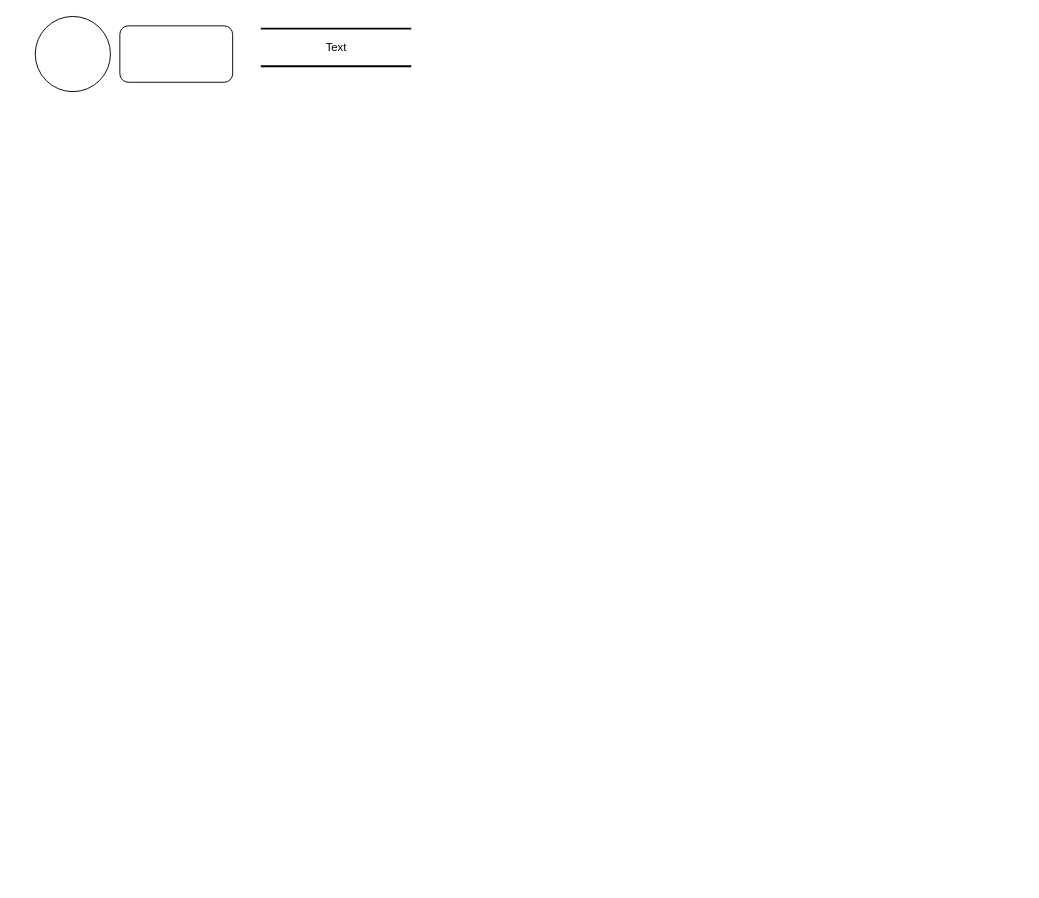
MaksimsVisockis01/DB keeps this draw.io diagram as DPD.drawio. Above is the earlier version. Source tidied: cells renumbered, new cells numbered last; positions are measured from the earlier drawing's top-left corner, leaving out a move shared by most shapes. Both pictures are drawn from the tidied source at 94%, with x=0, y=0 at pixel (35, 16).
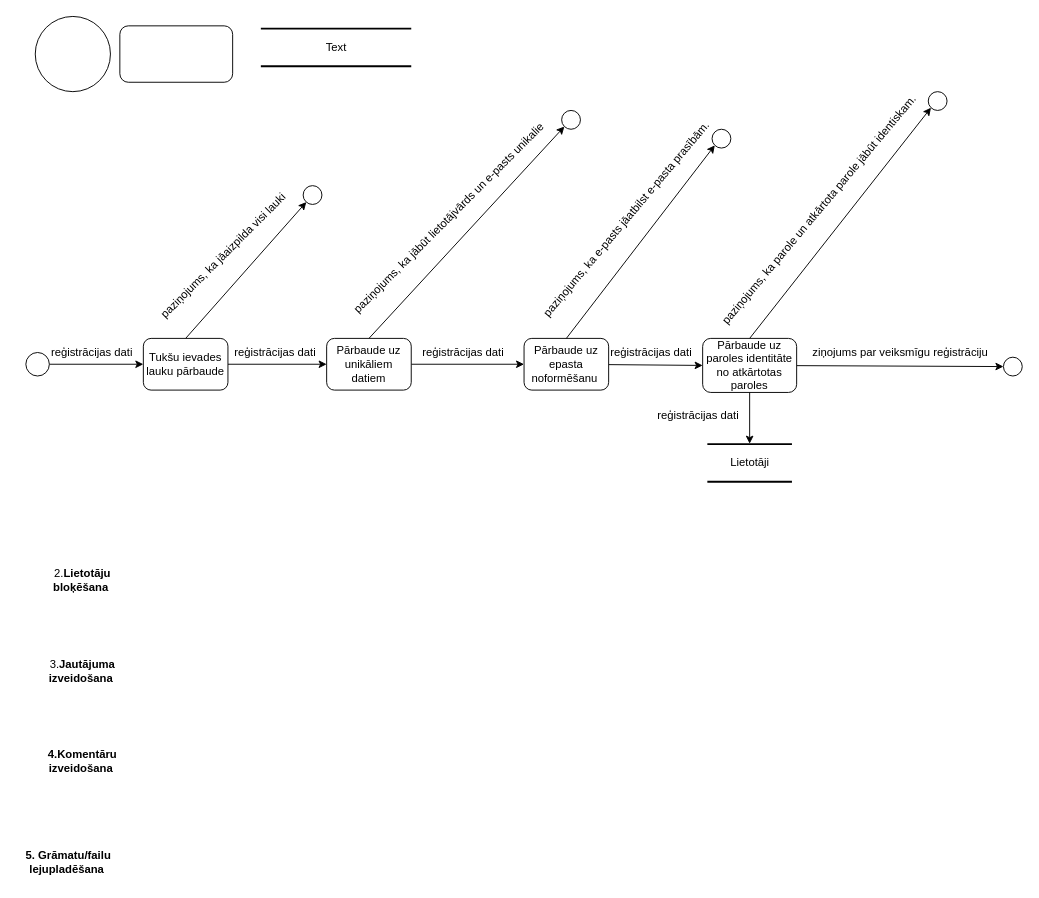
The same page after the edit.

What changed in the source:
```diff
@@
+    <mxCell id="7" style="edgeStyle=orthogonalEdgeStyle;rounded=0;jettySize=auto;html=1;" parent="1" edge="1" source="8" target="15">
+      <mxGeometry relative="1" as="geometry" />
+    </mxCell>
+    <mxCell id="8" style="ellipse;whiteSpace=wrap;html=1;" parent="1" vertex="1">
+      <mxGeometry x="-10" y="357.5" width="25" height="25" as="geometry" />
+    </mxCell>
+    <mxCell id="9" value="2.&lt;b&gt;Lietotāju&lt;br/&gt;bloķēšana&amp;nbsp;&lt;/b&gt;" style="text;html=1;align=center;verticalAlign=middle;strokeColor=none;fillColor=none;" parent="1" vertex="1">
+      <mxGeometry x="5" y="580" width="90" height="40" as="geometry" />
+    </mxCell>
+    <mxCell id="10" value="3.&lt;b&gt;Jautājuma&lt;br&gt;izveidošana&amp;nbsp;&lt;/b&gt;&lt;b&gt;&lt;br&gt;&lt;/b&gt;" style="text;html=1;align=center;verticalAlign=middle;strokeColor=none;fillColor=none;" parent="1" vertex="1">
+      <mxGeometry x="5" y="677" width="90" height="40" as="geometry" />
+    </mxCell>
+    <mxCell id="11" value="&lt;b&gt;4.&lt;/b&gt;&lt;b&gt;Komentāru&lt;br/&gt;izveidošana&amp;nbsp;&lt;/b&gt;&lt;b&gt;&lt;br&gt;&lt;/b&gt;" style="text;html=1;align=center;verticalAlign=middle;strokeColor=none;fillColor=none;" parent="1" vertex="1">
+      <mxGeometry y="772" width="100" height="40" as="geometry" />
+    </mxCell>
+    <mxCell id="12" value="&lt;b&gt;5. Grāmatu/failu&lt;br/&gt;lejupladēšana&amp;nbsp;&lt;/b&gt;&lt;b&gt;&lt;br&gt;&lt;/b&gt;" style="text;html=1;align=center;verticalAlign=middle;strokeColor=none;fillColor=none;" parent="1" vertex="1">
+      <mxGeometry x="-20" y="880" width="110" height="40" as="geometry" />
+    </mxCell>
+    <mxCell id="13" style="rounded=0;jettySize=auto;html=1;exitX=0.5;exitY=0;exitDx=0;exitDy=0;" parent="1" edge="1" source="15" target="17">
+      <mxGeometry relative="1" as="geometry" />
+    </mxCell>
+    <mxCell id="14" style="edgeStyle=none;rounded=0;jettySize=auto;html=1;" parent="1" edge="1" source="15" target="21">
+      <mxGeometry relative="1" as="geometry" />
+    </mxCell>
+    <mxCell id="15" value="Tukšu ievades lauku pārbaude" style="rounded=1;whiteSpace=wrap;html=1;" parent="1" vertex="1">
+      <mxGeometry x="115" y="342.5" width="90" height="55" as="geometry" />
+    </mxCell>
+    <mxCell id="16" value="reģistrācijas dati" style="text;html=1;align=center;verticalAlign=middle;strokeColor=none;fillColor=none;" parent="1" vertex="1">
+      <mxGeometry x="5" y="342.5" width="110" height="30" as="geometry" />
+    </mxCell>
+    <mxCell id="17" style="ellipse;whiteSpace=wrap;html=1;" parent="1" vertex="1">
+      <mxGeometry x="285" y="180" width="20" height="20" as="geometry" />
+    </mxCell>
+    <mxCell id="18" value="paziņojums, ka jāaizpilda visi lauki" style="text;html=1;align=center;verticalAlign=middle;strokeColor=none;fillColor=none;rotation=-45;" parent="1" vertex="1">
+      <mxGeometry x="95" y="240" width="210" height="30" as="geometry" />
+    </mxCell>
+    <mxCell id="19" style="edgeStyle=none;rounded=0;jettySize=auto;html=1;entryX=0;entryY=1;entryDx=0;entryDy=0;exitX=0.5;exitY=0;exitDx=0;exitDy=0;" parent="1" edge="1" source="21" target="22">
+      <mxGeometry relative="1" as="geometry" />
+    </mxCell>
+    <mxCell id="20" style="edgeStyle=none;rounded=0;jettySize=auto;html=1;entryX=0;entryY=0.5;entryDx=0;entryDy=0;" parent="1" edge="1" source="21" target="26">
+      <mxGeometry relative="1" as="geometry" />
+    </mxCell>
+    <mxCell id="21" value="Pārbaude uz unikāliem datiem" style="rounded=1;whiteSpace=wrap;html=1;" parent="1" vertex="1">
+      <mxGeometry x="310" y="342.5" width="90" height="55" as="geometry" />
+    </mxCell>
+    <mxCell id="22" style="ellipse;whiteSpace=wrap;html=1;" parent="1" vertex="1">
+      <mxGeometry x="560" y="100" width="20" height="20" as="geometry" />
+    </mxCell>
+    <mxCell id="23" value="reģistrācijas dati" style="text;html=1;align=center;verticalAlign=middle;strokeColor=none;fillColor=none;" parent="1" vertex="1">
+      <mxGeometry x="200" y="342.5" width="110" height="30" as="geometry" />
+    </mxCell>
+    <mxCell id="24" value="paziņojums, ka jābūt lietotājvārds un e-pasts unikalie" style="text;html=1;align=center;verticalAlign=middle;strokeColor=none;fillColor=none;rotation=-45;" parent="1" vertex="1">
+      <mxGeometry x="285" y="200" width="310" height="30" as="geometry" />
+    </mxCell>
+    <mxCell id="25" style="edgeStyle=none;rounded=0;jettySize=auto;html=1;entryX=0;entryY=0.5;entryDx=0;entryDy=0;" parent="1" edge="1" source="26" target="32">
+      <mxGeometry relative="1" as="geometry" />
+    </mxCell>
+    <mxCell id="26" value="Pārbaude uz epasta noformēšanu&amp;nbsp;" style="rounded=1;whiteSpace=wrap;html=1;" parent="1" vertex="1">
+      <mxGeometry x="520" y="342.5" width="90" height="55" as="geometry" />
+    </mxCell>
+    <mxCell id="27" style="ellipse;whiteSpace=wrap;html=1;" parent="1" vertex="1">
+      <mxGeometry x="720" y="120" width="20" height="20" as="geometry" />
+    </mxCell>
+    <mxCell id="28" style="edgeStyle=none;rounded=0;jettySize=auto;html=1;entryX=0;entryY=1;entryDx=0;entryDy=0;exitX=0.5;exitY=0;exitDx=0;exitDy=0;" parent="1" edge="1" source="26" target="27">
+      <mxGeometry relative="1" as="geometry" />
+    </mxCell>
+    <mxCell id="29" value="paziņojums, ka e-pasts jāatbilst e-pasta prasībām.&amp;nbsp;" style="text;html=1;align=center;verticalAlign=middle;strokeColor=none;fillColor=none;rotation=-50;" parent="1" vertex="1">
+      <mxGeometry x="480" y="200" width="300" height="30" as="geometry" />
+    </mxCell>
+    <mxCell id="30" style="edgeStyle=none;rounded=0;jettySize=auto;html=1;entryX=0;entryY=1;entryDx=0;entryDy=0;exitX=0.5;exitY=0;exitDx=0;exitDy=0;" parent="1" edge="1" source="32" target="36">
+      <mxGeometry relative="1" as="geometry" />
+    </mxCell>
+    <mxCell id="31" style="edgeStyle=none;rounded=0;jettySize=auto;html=1;" parent="1" edge="1" source="32" target="37">
+      <mxGeometry relative="1" as="geometry" />
+    </mxCell>
+    <mxCell id="32" value="Pārbaude uz paroles identitāte no atkārtotas paroles" style="rounded=1;whiteSpace=wrap;html=1;" parent="1" vertex="1">
+      <mxGeometry x="710" y="342.5" width="100" height="57.5" as="geometry" />
+    </mxCell>
+    <mxCell id="33" value="paziņojums, ka parole un atkārtota parole jābūt identiskam.&amp;nbsp;" style="text;html=1;align=center;verticalAlign=middle;strokeColor=none;fillColor=none;rotation=-50;" parent="1" vertex="1">
+      <mxGeometry x="660" y="190" width="350" height="30" as="geometry" />
+    </mxCell>
+    <mxCell id="34" value="reģistrācijas dati" style="text;html=1;align=center;verticalAlign=middle;strokeColor=none;fillColor=none;" parent="1" vertex="1">
+      <mxGeometry x="400" y="342.5" width="110" height="30" as="geometry" />
+    </mxCell>
+    <mxCell id="35" value="reģistrācijas dati" style="text;html=1;align=center;verticalAlign=middle;strokeColor=none;fillColor=none;" parent="1" vertex="1">
+      <mxGeometry x="600" y="342.5" width="110" height="30" as="geometry" />
+    </mxCell>
+    <mxCell id="36" style="ellipse;whiteSpace=wrap;html=1;" parent="1" vertex="1">
+      <mxGeometry x="950" y="80" width="20" height="20" as="geometry" />
+    </mxCell>
+    <mxCell id="37" style="ellipse;whiteSpace=wrap;html=1;" parent="1" vertex="1">
+      <mxGeometry x="1030" y="362.5" width="20" height="20" as="geometry" />
+    </mxCell>
+    <mxCell id="38" value="ziņojums par veiksmīgu reģistrāciju" style="text;html=1;align=center;verticalAlign=middle;strokeColor=none;fillColor=none;" parent="1" vertex="1">
+      <mxGeometry x="810" y="342.5" width="220" height="30" as="geometry" />
+    </mxCell>
+    <mxCell id="39" style="line;strokeWidth=2;html=1;" parent="1" vertex="1">
+      <mxGeometry x="715" y="450" width="90" height="10" as="geometry" />
+    </mxCell>
+    <mxCell id="40" value="Lietotāji" style="text;html=1;align=center;verticalAlign=middle;strokeColor=none;fillColor=none;" parent="1" vertex="1">
+      <mxGeometry x="725" y="460" width="70" height="30" as="geometry" />
+    </mxCell>
+    <mxCell id="41" style="line;strokeWidth=2;html=1;" parent="1" vertex="1">
+      <mxGeometry x="715" y="490" width="90" height="10" as="geometry" />
+    </mxCell>
+    <mxCell id="42" style="edgeStyle=none;rounded=0;jettySize=auto;html=1;entryX=0.5;entryY=0.452;entryDx=0;entryDy=0;entryPerimeter=0;" parent="1" edge="1" source="32" target="39">
+      <mxGeometry relative="1" as="geometry" />
+    </mxCell>
+    <mxCell id="43" value="reģistrācijas dati" style="text;html=1;align=center;verticalAlign=middle;strokeColor=none;fillColor=none;" parent="1" vertex="1">
+      <mxGeometry x="650" y="410" width="110" height="30" as="geometry" />
+    </mxCell>
```
